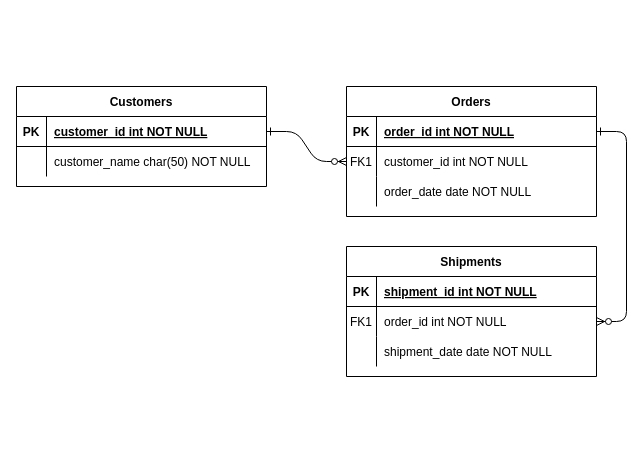
Above: 1차 DB ERD.drawio in AII-the-time/design-document (draw.io), before the change. Source tidied: cells renumbered, new cells numbered last; positions are measured from the earlier drawing's top-left corner, leaving out a move shared by most shapes. Both pictures are drawn from the tidied source at 100%, with x=0, y=0 at pixel (16, 86).
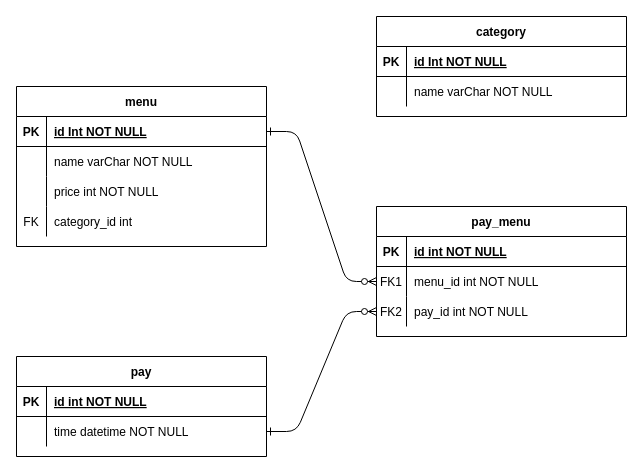
The same page after the edit.

Commit message:
1차 DB ERD.drawio 업데이트

The change refers to these unchanged cells:
```xml
<mxCell id="5" style="shape=partialRectangle;fillColor=none;points=[[0,0.5],[1,0.5]];portConstraint=eastwest;top=0;left=0;right=0;bottom=1;" parent="4" vertex="1">
  <mxGeometry y="30" width="250" height="30" as="geometry" />
</mxCell>
<mxCell id="8" style="shape=partialRectangle;fillColor=none;points=[[0,0.5],[1,0.5]];portConstraint=eastwest;top=0;left=0;right=0;bottom=0;" parent="4" vertex="1">
  <mxGeometry y="60" width="250" height="30" as="geometry" />
</mxCell>
<mxCell id="11" style="shape=partialRectangle;fillColor=none;points=[[0,0.5],[1,0.5]];portConstraint=eastwest;top=0;left=0;right=0;bottom=0;" parent="4" vertex="1">
  <mxGeometry y="90" width="250" height="30" as="geometry" />
</mxCell>
<mxCell id="15" style="shape=partialRectangle;fillColor=none;top=0;left=0;right=0;bottom=1;" parent="14" vertex="1">
  <mxGeometry y="30" width="250" height="30" as="geometry" />
</mxCell>
<mxCell id="18" style="shape=partialRectangle;fillColor=none;points=[[0,0.5],[1,0.5]];portConstraint=eastwest;top=0;left=0;right=0;bottom=0;" parent="14" vertex="1">
  <mxGeometry y="60" width="250" height="30" as="geometry" />
</mxCell>
<mxCell id="25" style="shape=partialRectangle;fillColor=none;points=[[0,0.5],[1,0.5]];portConstraint=eastwest;top=0;left=0;right=0;bottom=1;" parent="24" vertex="1">
  <mxGeometry y="30" width="250" height="30" as="geometry" />
</mxCell>
<mxCell id="28" style="shape=partialRectangle;fillColor=none;top=0;left=0;right=0;bottom=0;" parent="24" vertex="1">
  <mxGeometry y="60" width="250" height="30" as="geometry" />
</mxCell>
```

Diff of the diagram source:
```diff
@@
-    <mxCell id="3" style="edgeStyle=entityRelationEdgeStyle;endArrow=ERzeroToMany;startArrow=ERone;endFill=1;startFill=0;" parent="1" edge="1" source="5" target="18">
-      <mxGeometry relative="1" as="geometry" />
-    </mxCell>
-    <mxCell id="4" value="Orders" style="shape=table;startSize=30;childLayout=tableLayout;rowLines=0;fontStyle=1;align=center;" parent="1" vertex="1">
-      <mxGeometry x="330" width="250" height="130" as="geometry" />
+    <mxCell id="4" value="pay_menu" style="shape=table;startSize=30;childLayout=tableLayout;rowLines=0;fontStyle=1;align=center;" parent="1" vertex="1">
+      <mxGeometry x="360" y="120" width="250" height="130" as="geometry" />
     </mxCell>
@@
-    <mxCell id="7" value="order_id int NOT NULL " style="shape=partialRectangle;overflow=hidden;fillColor=none;top=0;left=0;bottom=0;right=0;align=left;spacingLeft=6;fontStyle=5;" parent="5" vertex="1">
+    <mxCell id="7" value="id int NOT NULL " style="shape=partialRectangle;overflow=hidden;fillColor=none;top=0;left=0;bottom=0;right=0;align=left;spacingLeft=6;fontStyle=5;" parent="5" vertex="1">
       <mxGeometry x="30" width="220" height="30" as="geometry" />
     </mxCell>
@@
-    <mxCell id="10" value="customer_id int NOT NULL" style="shape=partialRectangle;overflow=hidden;fillColor=none;top=0;left=0;bottom=0;right=0;align=left;spacingLeft=6;" parent="8" vertex="1">
+    <mxCell id="10" value="menu_id int NOT NULL" style="shape=partialRectangle;overflow=hidden;fillColor=none;top=0;left=0;bottom=0;right=0;align=left;spacingLeft=6;" parent="8" vertex="1">
       <mxGeometry x="30" width="220" height="30" as="geometry" />
     </mxCell>
@@
-    <mxCell id="12" style="shape=partialRectangle;overflow=hidden;fillColor=none;top=0;left=0;bottom=0;right=0;" parent="11" vertex="1">
+    <mxCell id="12" value="FK2" style="shape=partialRectangle;overflow=hidden;fillColor=none;top=0;left=0;bottom=0;right=0;" parent="11" vertex="1">
       <mxGeometry width="30" height="30" as="geometry" />
     </mxCell>
-    <mxCell id="13" value="order_date date NOT NULL" style="shape=partialRectangle;overflow=hidden;fillColor=none;top=0;left=0;bottom=0;right=0;align=left;spacingLeft=6;" parent="11" vertex="1">
+    <mxCell id="13" value="pay_id int NOT NULL" style="shape=partialRectangle;overflow=hidden;fillColor=none;top=0;left=0;bottom=0;right=0;align=left;spacingLeft=6;" parent="11" vertex="1">
       <mxGeometry x="30" width="220" height="30" as="geometry" />
     </mxCell>
-    <mxCell id="14" value="Shipments" style="shape=table;startSize=30;childLayout=tableLayout;rowLines=0;fontStyle=1;align=center;" parent="1" vertex="1">
-      <mxGeometry x="330" y="160" width="250" height="130" as="geometry" />
+    <mxCell id="14" value="pay" style="shape=table;startSize=30;childLayout=tableLayout;rowLines=0;fontStyle=1;align=center;" parent="1" vertex="1">
+      <mxGeometry y="270" width="250" height="100" as="geometry" />
     </mxCell>
@@
-    <mxCell id="17" value="shipment_id int NOT NULL " style="shape=partialRectangle;overflow=hidden;fillColor=none;top=0;left=0;bottom=0;right=0;align=left;spacingLeft=6;fontStyle=5;" parent="15" vertex="1">
+    <mxCell id="17" value="id int NOT NULL " style="shape=partialRectangle;overflow=hidden;fillColor=none;top=0;left=0;bottom=0;right=0;align=left;spacingLeft=6;fontStyle=5;" parent="15" vertex="1">
       <mxGeometry x="30" width="220" height="30" as="geometry" />
     </mxCell>
@@
-    <mxCell id="19" value="FK1" style="shape=partialRectangle;overflow=hidden;fillColor=none;top=0;left=0;bottom=0;right=0;" parent="18" vertex="1">
+    <mxCell id="19" style="shape=partialRectangle;overflow=hidden;fillColor=none;top=0;left=0;bottom=0;right=0;" parent="18" vertex="1">
       <mxGeometry width="30" height="30" as="geometry" />
     </mxCell>
-    <mxCell id="20" value="order_id int NOT NULL" style="shape=partialRectangle;overflow=hidden;fillColor=none;top=0;left=0;bottom=0;right=0;align=left;spacingLeft=6;" parent="18" vertex="1">
+    <mxCell id="20" value="time datetime NOT NULL" style="shape=partialRectangle;overflow=hidden;fillColor=none;top=0;left=0;bottom=0;right=0;align=left;spacingLeft=6;" parent="18" vertex="1">
       <mxGeometry x="30" width="220" height="30" as="geometry" />
     </mxCell>
-    <mxCell id="21" style="shape=partialRectangle;fillColor=none;top=0;left=0;right=0;bottom=0;" parent="14" vertex="1">
-      <mxGeometry y="90" width="250" height="30" as="geometry" />
-    </mxCell>
-    <mxCell id="22" style="shape=partialRectangle;overflow=hidden;fillColor=none;top=0;left=0;bottom=0;right=0;" parent="21" vertex="1">
-      <mxGeometry width="30" height="30" as="geometry" />
-    </mxCell>
-    <mxCell id="23" value="shipment_date date NOT NULL" style="shape=partialRectangle;overflow=hidden;fillColor=none;top=0;left=0;bottom=0;right=0;align=left;spacingLeft=6;" parent="21" vertex="1">
-      <mxGeometry x="30" width="220" height="30" as="geometry" />
-    </mxCell>
-    <mxCell id="24" value="Customers" style="shape=table;startSize=30;childLayout=tableLayout;rowLines=0;fontStyle=1;align=center;" parent="1" vertex="1">
-      <mxGeometry width="250" height="100" as="geometry" />
+    <mxCell id="24" value="menu" style="shape=table;startSize=30;childLayout=tableLayout;rowLines=0;fontStyle=1;align=center;" parent="1" vertex="1">
+      <mxGeometry width="250" height="160" as="geometry" />
     </mxCell>
@@
-    <mxCell id="27" value="customer_id int NOT NULL " style="shape=partialRectangle;overflow=hidden;fillColor=none;top=0;left=0;bottom=0;right=0;align=left;spacingLeft=6;fontStyle=5;" parent="25" vertex="1">
+    <mxCell id="27" value="id Int NOT NULL" style="shape=partialRectangle;overflow=hidden;fillColor=none;top=0;left=0;bottom=0;right=0;align=left;spacingLeft=6;fontStyle=5;" parent="25" vertex="1">
       <mxGeometry x="30" width="220" height="30" as="geometry" />
     </mxCell>
@@
-    <mxCell id="30" value="customer_name char(50) NOT NULL" style="shape=partialRectangle;overflow=hidden;fillColor=none;top=0;left=0;bottom=0;right=0;align=left;spacingLeft=6;" parent="28" vertex="1">
+    <mxCell id="30" value="name varChar NOT NULL" style="shape=partialRectangle;overflow=hidden;fillColor=none;top=0;left=0;bottom=0;right=0;align=left;spacingLeft=6;" parent="28" vertex="1">
       <mxGeometry x="30" width="220" height="30" as="geometry" />
     </mxCell>
+    <mxCell id="21" style="shape=partialRectangle;fillColor=none;top=0;left=0;right=0;bottom=0;" parent="24" vertex="1">
+      <mxGeometry y="90" width="250" height="30" as="geometry" />
+    </mxCell>
+    <mxCell id="31" style="shape=partialRectangle;overflow=hidden;fillColor=none;top=0;left=0;bottom=0;right=0;" parent="21" vertex="1">
+      <mxGeometry width="30" height="30" as="geometry" />
+    </mxCell>
+    <mxCell id="32" value="price int NOT NULL" style="shape=partialRectangle;overflow=hidden;fillColor=none;top=0;left=0;bottom=0;right=0;align=left;spacingLeft=6;" parent="21" vertex="1">
+      <mxGeometry x="30" width="220" height="30" as="geometry" />
+    </mxCell>
+    <mxCell id="33" style="shape=partialRectangle;fillColor=none;top=0;left=0;right=0;bottom=0;" parent="24" vertex="1">
+      <mxGeometry y="120" width="250" height="30" as="geometry" />
+    </mxCell>
+    <mxCell id="34" value="FK" style="shape=partialRectangle;overflow=hidden;fillColor=none;top=0;left=0;bottom=0;right=0;" parent="33" vertex="1">
+      <mxGeometry width="30" height="30" as="geometry" />
+    </mxCell>
+    <mxCell id="35" value="category_id int" style="shape=partialRectangle;overflow=hidden;fillColor=none;top=0;left=0;bottom=0;right=0;align=left;spacingLeft=6;" parent="33" vertex="1">
+      <mxGeometry x="30" width="220" height="30" as="geometry" />
+    </mxCell>
+    <mxCell id="3" style="edgeStyle=entityRelationEdgeStyle;endArrow=ERzeroToMany;startArrow=ERone;endFill=1;startFill=0;entryX=0;entryY=0.5;entryDx=0;entryDy=0;" parent="1" edge="1" source="18" target="11">
+      <mxGeometry relative="1" as="geometry" />
+    </mxCell>
+    <mxCell id="36" value="category" style="shape=table;startSize=30;childLayout=tableLayout;rowLines=0;fontStyle=1;align=center;" parent="1" vertex="1">
+      <mxGeometry x="360" y="-70" width="250" height="100" as="geometry" />
+    </mxCell>
+    <mxCell id="37" style="shape=partialRectangle;fillColor=none;top=0;left=0;right=0;bottom=1;" parent="36" vertex="1">
+      <mxGeometry y="30" width="250" height="30" as="geometry" />
+    </mxCell>
+    <mxCell id="38" value="PK" style="shape=partialRectangle;overflow=hidden;fillColor=none;top=0;left=0;bottom=0;right=0;fontStyle=1;" parent="37" vertex="1">
+      <mxGeometry width="30" height="30" as="geometry" />
+    </mxCell>
+    <mxCell id="39" value="id Int NOT NULL" style="shape=partialRectangle;overflow=hidden;fillColor=none;top=0;left=0;bottom=0;right=0;align=left;spacingLeft=6;fontStyle=5;" parent="37" vertex="1">
+      <mxGeometry x="30" width="220" height="30" as="geometry" />
+    </mxCell>
+    <mxCell id="40" style="shape=partialRectangle;fillColor=none;top=0;left=0;right=0;bottom=0;" parent="36" vertex="1">
+      <mxGeometry y="60" width="250" height="30" as="geometry" />
+    </mxCell>
+    <mxCell id="41" style="shape=partialRectangle;overflow=hidden;fillColor=none;top=0;left=0;bottom=0;right=0;" parent="40" vertex="1">
+      <mxGeometry width="30" height="30" as="geometry" />
+    </mxCell>
+    <mxCell id="42" value="name varChar NOT NULL" style="shape=partialRectangle;overflow=hidden;fillColor=none;top=0;left=0;bottom=0;right=0;align=left;spacingLeft=6;" parent="40" vertex="1">
+      <mxGeometry x="30" width="220" height="30" as="geometry" />
+    </mxCell>
```
